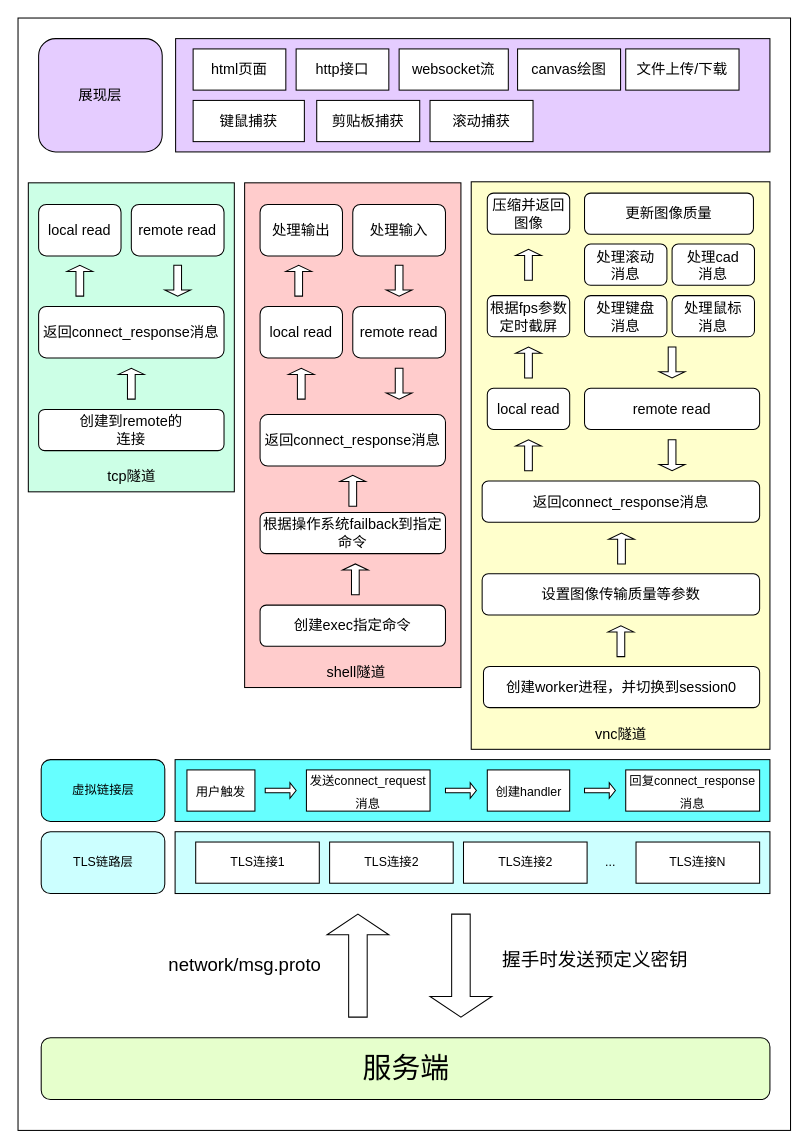
This is docs/imgs/architecture.drawio from lwch/natpass, a draw.io file, before an edit. Source tidied: cells renumbered, new cells numbered last; positions are measured from the earlier drawing's top-left corner, leaving out a move shared by most shapes. Both pictures are drawn from the tidied source at 103%, with x=0, y=0 at pixel (18, 18).
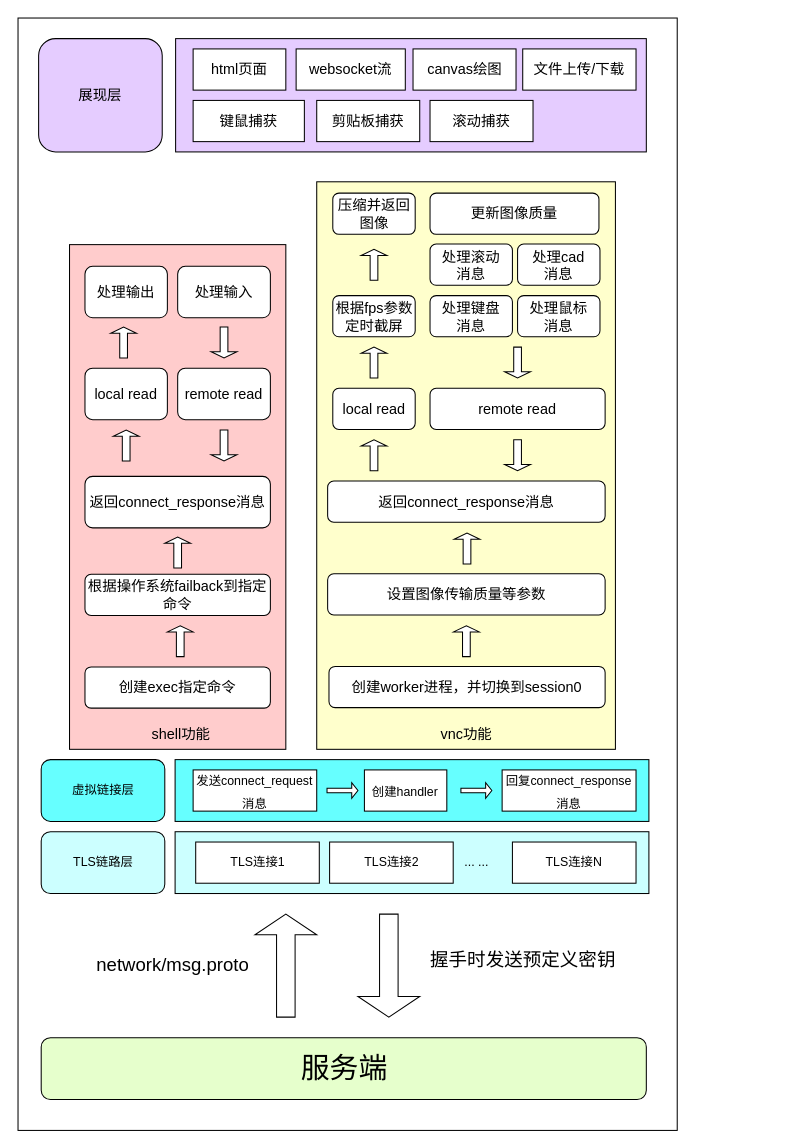
The same diagram, later.

The change refers to these unchanged cells:
```xml
<mxCell id="31" style="group;" parent="1" vertex="1">
  <mxGeometry x="22.5" y="790" width="707.5" height="60" as="geometry" />
</mxCell>
<mxCell id="72" style="group;" parent="1" vertex="1">
  <mxGeometry x="22.5" y="720" width="707.5" height="60" as="geometry" />
</mxCell>
```

The edit, as a diff of the source:
```diff
@@
     <mxCell id="2" style="rounded=0;whiteSpace=wrap;html=1;fillColor=#FFFFFF;" parent="1" vertex="1">
-      <mxGeometry width="750" height="1080" as="geometry" />
+      <mxGeometry width="640" height="1080" as="geometry" />
     </mxCell>
-    <mxCell id="3" style="group;" parent="1" vertex="1">
-      <mxGeometry x="10" y="160" width="200" height="300" as="geometry" />
-    </mxCell>
-    <mxCell id="4" style="group;" parent="3" vertex="1">
-      <mxGeometry width="200" height="300" as="geometry" />
-    </mxCell>
-    <mxCell id="5" style="rounded=0;whiteSpace=wrap;html=1;fontSize=28;fillColor=#CCFFE6;" parent="4" vertex="1">
-      <mxGeometry width="200" height="300" as="geometry" />
-    </mxCell>
-    <mxCell id="6" value="&lt;font style=&quot;font-size: 14px&quot;&gt;tcp隧道&lt;/font&gt;" style="text;html=1;align=center;verticalAlign=middle;fillColor=none;strokeColor=none;rounded=0;fontSize=28;" parent="4" vertex="1">
-      <mxGeometry x="70" y="260" width="60" height="40" as="geometry" />
-    </mxCell>
-    <mxCell id="7" value="创建到remote的&lt;br&gt;连接" style="rounded=1;whiteSpace=wrap;html=1;fontSize=14;fillColor=#FFFFFF;" parent="4" vertex="1">
-      <mxGeometry x="10" y="220" width="180" height="40" as="geometry" />
-    </mxCell>
-    <mxCell id="8" style="shape=singleArrow;direction=north;whiteSpace=wrap;html=1;fontSize=14;fillColor=#FFFFFF;" parent="4" vertex="1">
-      <mxGeometry x="87.5" y="180" width="25" height="30" as="geometry" />
-    </mxCell>
-    <mxCell id="9" value="返回connect_response消息" style="rounded=1;whiteSpace=wrap;html=1;fontSize=14;fillColor=#FFFFFF;" parent="4" vertex="1">
-      <mxGeometry x="10" y="120" width="180" height="50" as="geometry" />
-    </mxCell>
-    <mxCell id="10" value="local read" style="rounded=1;whiteSpace=wrap;html=1;fontSize=14;fillColor=#FFFFFF;" parent="4" vertex="1">
-      <mxGeometry x="10" y="21" width="80" height="50" as="geometry" />
-    </mxCell>
-    <mxCell id="11" value="remote read" style="rounded=1;whiteSpace=wrap;html=1;fontSize=14;fillColor=#FFFFFF;" parent="4" vertex="1">
-      <mxGeometry x="100" y="21" width="90" height="50" as="geometry" />
-    </mxCell>
-    <mxCell id="12" style="shape=singleArrow;direction=north;whiteSpace=wrap;html=1;fontSize=14;fillColor=#FFFFFF;" parent="4" vertex="1">
-      <mxGeometry x="37.5" y="80" width="25" height="30" as="geometry" />
-    </mxCell>
-    <mxCell id="13" style="shape=singleArrow;direction=south;whiteSpace=wrap;html=1;fontSize=14;fillColor=#FFFFFF;" parent="4" vertex="1">
-      <mxGeometry x="132.5" y="80" width="25" height="30" as="geometry" />
-    </mxCell>
     <mxCell id="14" style="group;" parent="1" vertex="1">
-      <mxGeometry x="220" y="160" width="210" height="490" as="geometry" />
+      <mxGeometry x="50" y="220" width="210" height="490" as="geometry" />
     </mxCell>
@@
-    <mxCell id="16" value="&lt;font style=&quot;font-size: 14px&quot;&gt;shell隧道&lt;/font&gt;" style="text;html=1;align=center;verticalAlign=middle;fillColor=none;strokeColor=none;rounded=0;fontSize=28;" parent="14" vertex="1">
+    <mxCell id="16" value="&lt;font style=&quot;font-size: 14px&quot;&gt;shell功能&lt;/font&gt;" style="text;html=1;align=center;verticalAlign=middle;fillColor=none;strokeColor=none;rounded=0;fontSize=28;" parent="14" vertex="1">
       <mxGeometry x="72.5" y="450" width="70" height="40" as="geometry" />
     </mxCell>
@@
     <mxCell id="30" value="&lt;font style=&quot;font-size: 28px&quot;&gt;服务端&lt;/font&gt;" style="rounded=1;whiteSpace=wrap;html=1;fillColor=#E6FFCC;" parent="1" vertex="1">
-      <mxGeometry x="22.5" y="990" width="707.5" height="60" as="geometry" />
+      <mxGeometry x="22.5" y="990" width="587.5" height="60" as="geometry" />
     </mxCell>
@@
     <mxCell id="33" style="rounded=0;whiteSpace=wrap;html=1;fillColor=#CCFFFF;" parent="31" vertex="1">
-      <mxGeometry x="130" width="577.5" height="60" as="geometry" />
+      <mxGeometry x="130" width="460" height="60" as="geometry" />
     </mxCell>
@@
-    <mxCell id="36" value="..." style="text;html=1;align=center;verticalAlign=middle;fillColor=none;strokeColor=none;rounded=0;" parent="31" vertex="1">
-      <mxGeometry x="537.5" y="20" width="30" height="20" as="geometry" />
+    <mxCell id="36" value="... ..." style="text;html=1;align=center;verticalAlign=middle;fillColor=none;strokeColor=none;rounded=0;" parent="31" vertex="1">
+      <mxGeometry x="402.5" y="20" width="40" height="20" as="geometry" />
     </mxCell>
     <mxCell id="37" value="TLS连接N" style="rounded=0;whiteSpace=wrap;html=1;" parent="31" vertex="1">
-      <mxGeometry x="577.5" y="10" width="120" height="40" as="geometry" />
+      <mxGeometry x="457.5" y="10" width="120" height="40" as="geometry" />
     </mxCell>
-    <mxCell id="38" value="TLS连接2" style="rounded=0;whiteSpace=wrap;html=1;" parent="31" vertex="1">
-      <mxGeometry x="410" y="10" width="120" height="40" as="geometry" />
-    </mxCell>
-    <mxCell id="39" style="group;" parent="1" vertex="1">
-      <mxGeometry x="20" y="20" width="710" height="110" as="geometry" />
-    </mxCell>
-    <mxCell id="40" value="展现层" style="rounded=1;whiteSpace=wrap;html=1;fontSize=14;fillColor=#E5CCFF;" parent="39" vertex="1">
-      <mxGeometry width="120" height="110" as="geometry" />
-    </mxCell>
-    <mxCell id="41" style="rounded=0;whiteSpace=wrap;html=1;fontSize=14;fillColor=#E5CCFF;" parent="39" vertex="1">
-      <mxGeometry x="133" width="577" height="110" as="geometry" />
-    </mxCell>
-    <mxCell id="42" value="http接口" style="rounded=0;whiteSpace=wrap;html=1;fontSize=14;fillColor=#FFFFFF;" parent="39" vertex="1">
-      <mxGeometry x="250" y="10" width="90" height="40" as="geometry" />
-    </mxCell>
-    <mxCell id="43" value="websocket流" style="rounded=0;whiteSpace=wrap;html=1;fontSize=14;fillColor=#FFFFFF;" parent="39" vertex="1">
-      <mxGeometry x="350" y="10" width="106" height="40" as="geometry" />
-    </mxCell>
-    <mxCell id="44" value="canvas绘图" style="rounded=0;whiteSpace=wrap;html=1;fontSize=14;fillColor=#FFFFFF;" parent="39" vertex="1">
-      <mxGeometry x="465" y="10" width="100" height="40" as="geometry" />
-    </mxCell>
-    <mxCell id="45" value="键鼠捕获" style="rounded=0;whiteSpace=wrap;html=1;fontSize=14;fillColor=#FFFFFF;" parent="39" vertex="1">
-      <mxGeometry x="150" y="60" width="108" height="40" as="geometry" />
-    </mxCell>
-    <mxCell id="46" value="文件上传/下载" style="rounded=0;whiteSpace=wrap;html=1;fontSize=14;fillColor=#FFFFFF;" parent="39" vertex="1">
-      <mxGeometry x="570" y="10" width="110" height="40" as="geometry" />
-    </mxCell>
-    <mxCell id="47" value="剪贴板捕获" style="rounded=0;whiteSpace=wrap;html=1;fontSize=14;fillColor=#FFFFFF;" parent="39" vertex="1">
-      <mxGeometry x="270" y="60" width="100" height="40" as="geometry" />
-    </mxCell>
-    <mxCell id="48" value="html页面" style="rounded=0;whiteSpace=wrap;html=1;fontSize=14;fillColor=#FFFFFF;" parent="39" vertex="1">
-      <mxGeometry x="150" y="10" width="90" height="40" as="geometry" />
-    </mxCell>
-    <mxCell id="49" value="滚动捕获" style="rounded=0;whiteSpace=wrap;html=1;fontSize=14;fillColor=#FFFFFF;" parent="39" vertex="1">
-      <mxGeometry x="380" y="60" width="100" height="40" as="geometry" />
-    </mxCell>
     <mxCell id="50" style="group;" parent="1" vertex="1">
-      <mxGeometry x="440" y="159" width="290" height="551" as="geometry" />
+      <mxGeometry x="290" y="159" width="290" height="551" as="geometry" />
     </mxCell>
@@
-    <mxCell id="52" value="&lt;font style=&quot;font-size: 14px&quot;&gt;vnc隧道&lt;/font&gt;" style="text;html=1;align=center;verticalAlign=middle;fillColor=none;strokeColor=none;rounded=0;fontSize=28;" parent="50" vertex="1">
+    <mxCell id="52" value="&lt;font style=&quot;font-size: 14px&quot;&gt;vnc功能&lt;/font&gt;" style="text;html=1;align=center;verticalAlign=middle;fillColor=none;strokeColor=none;rounded=0;fontSize=28;" parent="50" vertex="1">
       <mxGeometry x="110" y="511" width="70" height="40" as="geometry" />
     </mxCell>
@@
     <mxCell id="74" style="rounded=0;whiteSpace=wrap;html=1;fontSize=18;fillColor=#66FFFF;" parent="72" vertex="1">
-      <mxGeometry x="130" width="577.5" height="60" as="geometry" />
+      <mxGeometry x="130" width="460" height="60" as="geometry" />
     </mxCell>
     <mxCell id="75" value="&lt;font style=&quot;font-size: 12px&quot;&gt;发送connect_request消息&lt;/font&gt;" style="rounded=0;whiteSpace=wrap;html=1;fontSize=18;fillColor=#FFFFFF;" parent="72" vertex="1">
-      <mxGeometry x="257.5" y="10" width="120" height="40" as="geometry" />
+      <mxGeometry x="147.5" y="10" width="120" height="40" as="geometry" />
     </mxCell>
     <mxCell id="76" style="shape=singleArrow;whiteSpace=wrap;html=1;fontSize=12;fillColor=#FFFFFF;" parent="72" vertex="1">
-      <mxGeometry x="392.5" y="22.5" width="30" height="15" as="geometry" />
+      <mxGeometry x="277.5" y="22.5" width="30" height="15" as="geometry" />
     </mxCell>
     <mxCell id="77" value="&lt;font style=&quot;font-size: 12px&quot;&gt;创建handler&lt;/font&gt;" style="rounded=0;whiteSpace=wrap;html=1;fontSize=18;fillColor=#FFFFFF;" parent="72" vertex="1">
-      <mxGeometry x="433.1" y="10" width="80" height="40" as="geometry" />
+      <mxGeometry x="313.8" y="10" width="80" height="40" as="geometry" />
     </mxCell>
     <mxCell id="78" style="shape=singleArrow;whiteSpace=wrap;html=1;fontSize=12;fillColor=#FFFFFF;" parent="72" vertex="1">
-      <mxGeometry x="527.5" y="22.5" width="30" height="15" as="geometry" />
+      <mxGeometry x="407.5" y="22.5" width="30" height="15" as="geometry" />
     </mxCell>
     <mxCell id="79" value="&lt;font style=&quot;font-size: 12px&quot;&gt;回复connect_response&lt;br&gt;消息&lt;/font&gt;" style="rounded=0;whiteSpace=wrap;html=1;fontSize=18;fillColor=#FFFFFF;" parent="72" vertex="1">
-      <mxGeometry x="567.5" y="10" width="130" height="40" as="geometry" />
+      <mxGeometry x="447.5" y="10" width="130" height="40" as="geometry" />
     </mxCell>
-    <mxCell id="80" value="&lt;span style=&quot;font-size: 12px&quot;&gt;用户触发&lt;/span&gt;" style="rounded=0;whiteSpace=wrap;html=1;fontSize=18;fillColor=#FFFFFF;" parent="72" vertex="1">
-      <mxGeometry x="141.5" y="10" width="66" height="40" as="geometry" />
-    </mxCell>
-    <mxCell id="81" style="shape=singleArrow;whiteSpace=wrap;html=1;fontSize=12;fillColor=#FFFFFF;" parent="72" vertex="1">
-      <mxGeometry x="217.5" y="22.5" width="30" height="15" as="geometry" />
-    </mxCell>
     <mxCell id="82" style="group;" parent="1" vertex="1">
-      <mxGeometry x="140" y="870" width="520" height="100" as="geometry" />
+      <mxGeometry x="70" y="870" width="520" height="100" as="geometry" />
     </mxCell>
@@
+    <mxCell id="40" value="展现层" style="rounded=1;whiteSpace=wrap;html=1;fontSize=14;fillColor=#E5CCFF;" parent="1" vertex="1">
+      <mxGeometry x="20" y="20" width="120" height="110" as="geometry" />
+    </mxCell>
+    <mxCell id="41" style="rounded=0;whiteSpace=wrap;html=1;fontSize=14;fillColor=#E5CCFF;" parent="1" vertex="1">
+      <mxGeometry x="153" y="20" width="457" height="110" as="geometry" />
+    </mxCell>
+    <mxCell id="43" value="websocket流" style="rounded=0;whiteSpace=wrap;html=1;fontSize=14;fillColor=#FFFFFF;" parent="1" vertex="1">
+      <mxGeometry x="270" y="30" width="106" height="40" as="geometry" />
+    </mxCell>
+    <mxCell id="44" value="canvas绘图" style="rounded=0;whiteSpace=wrap;html=1;fontSize=14;fillColor=#FFFFFF;" parent="1" vertex="1">
+      <mxGeometry x="383.5" y="30" width="100" height="40" as="geometry" />
+    </mxCell>
+    <mxCell id="45" value="键鼠捕获" style="rounded=0;whiteSpace=wrap;html=1;fontSize=14;fillColor=#FFFFFF;" parent="1" vertex="1">
+      <mxGeometry x="170" y="80" width="108" height="40" as="geometry" />
+    </mxCell>
+    <mxCell id="46" value="文件上传/下载" style="rounded=0;whiteSpace=wrap;html=1;fontSize=14;fillColor=#FFFFFF;" parent="1" vertex="1">
+      <mxGeometry x="490" y="30" width="110" height="40" as="geometry" />
+    </mxCell>
+    <mxCell id="47" value="剪贴板捕获" style="rounded=0;whiteSpace=wrap;html=1;fontSize=14;fillColor=#FFFFFF;" parent="1" vertex="1">
+      <mxGeometry x="290" y="80" width="100" height="40" as="geometry" />
+    </mxCell>
+    <mxCell id="48" value="html页面" style="rounded=0;whiteSpace=wrap;html=1;fontSize=14;fillColor=#FFFFFF;" parent="1" vertex="1">
+      <mxGeometry x="170" y="30" width="90" height="40" as="geometry" />
+    </mxCell>
+    <mxCell id="49" value="滚动捕获" style="rounded=0;whiteSpace=wrap;html=1;fontSize=14;fillColor=#FFFFFF;" parent="1" vertex="1">
+      <mxGeometry x="400" y="80" width="100" height="40" as="geometry" />
+    </mxCell>
```
